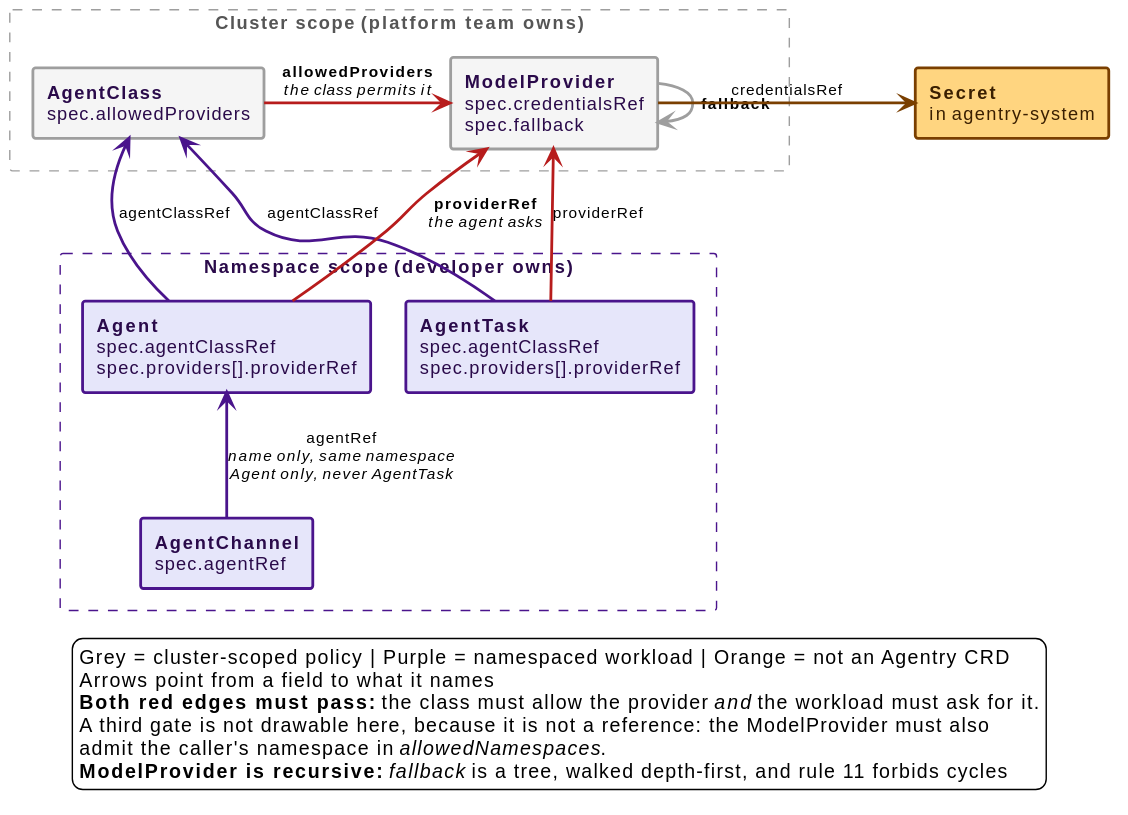
win07xp/kaalm keeps this PlantUML diagram as docs/src/diagrams/crd-reference-graph.svg. Above is the earlier version. The source it was exported from:
```plantuml
@startuml
!include _style.puml

skinparam nodesep 25
skinparam ranksep 50
skinparam rectangle {
  roundCorner 4
}

rectangle "**Cluster scope** (platform team owns)" as clusterband #line:9E9E9E;line.dashed;text:555555 {
  rectangle "**AgentClass**\nspec.allowedProviders" as ac #back:F5F5F5;line:9E9E9E;line.bold;text:2a0a4a
  rectangle "**ModelProvider**\nspec.credentialsRef\nspec.fallback" as mp #back:F5F5F5;line:9E9E9E;line.bold;text:2a0a4a
}

rectangle "**Secret**\nin agentry-system" as sec #back:FFD580;line:7a3f00;line.bold;text:3a1f00

rectangle "**Namespace scope** (developer owns)" as nsband #line:4A148C;line.dashed;text:2a0a4a {
  rectangle "**AgentChannel**\nspec.agentRef" as ch #back:E6E6FA;line:4A148C;line.bold;text:2a0a4a
  rectangle "**Agent**\nspec.agentClassRef\nspec.providers[].providerRef" as ag #back:E6E6FA;line:4A148C;line.bold;text:2a0a4a
  rectangle "**AgentTask**\nspec.agentClassRef\nspec.providers[].providerRef" as at #back:E6E6FA;line:4A148C;line.bold;text:2a0a4a
}

ac -[#B71C1C,bold]right-> mp : **allowedProviders**\n//the class permits it//
mp -[#9E9E9E,bold]-> mp : **fallback**
mp -[#7a3f00,bold]right---> sec : credentialsRef

ag <-[#4A148C,bold]- ch : agentRef\n//name only, same namespace//\n//Agent only, never AgentTask//

ac <-[#4A148C,bold]- ag : agentClassRef
ac <-[#4A148C,bold]- at : agentClassRef
mp <-[#B71C1C,bold]- ag : **providerRef**\n//the agent asks//
mp <-[#B71C1C,bold]- at : providerRef

legend bottom
  Grey = cluster-scoped policy | Purple = namespaced workload | Orange = not an Agentry CRD
  Arrows point from a field to what it names
  **Both red edges must pass:** the class must allow the provider //and// the workload must ask for it.
  A third gate is not drawable here, because it is not a reference: the ModelProvider must also
  admit the caller's namespace in //allowedNamespaces//.
  **ModelProvider is recursive:** //fallback// is a tree, walked depth-first, and rule 11 forbids cycles
endlegend
@enduml
```
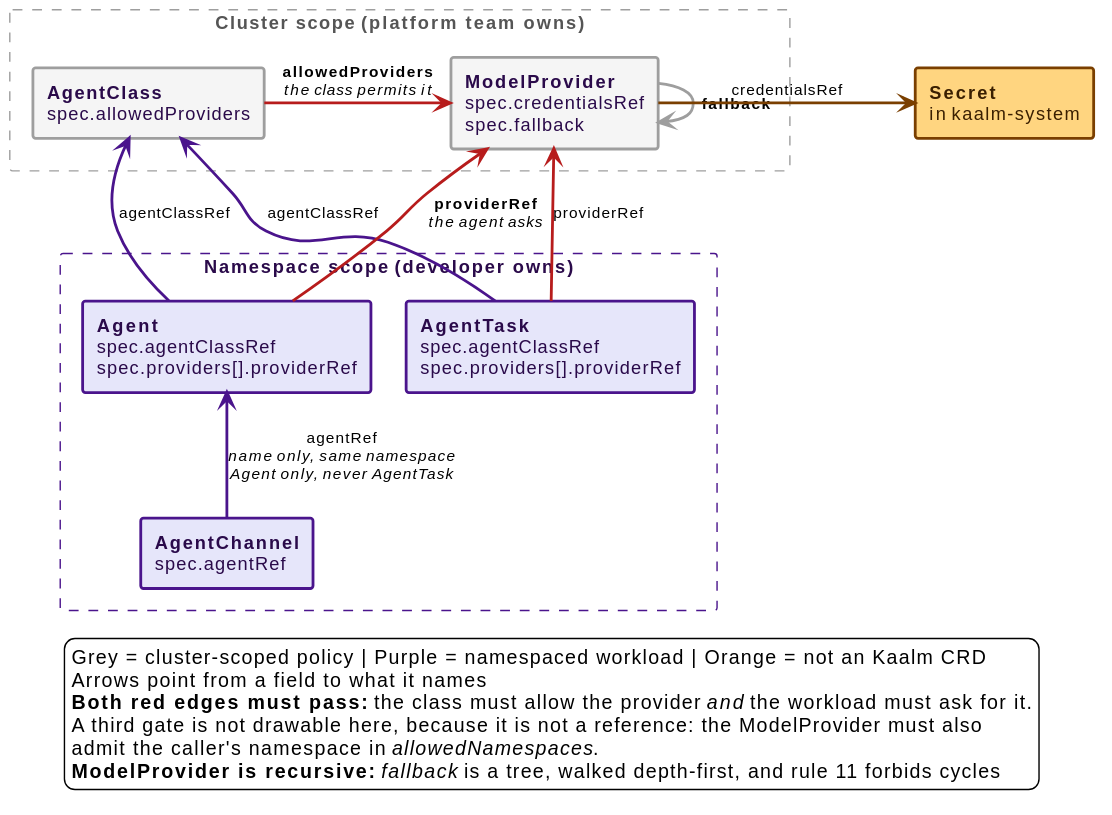
Above is the later version.

The edit, as a diff of the source:
```diff
@@ -12,7 +12,7 @@
   rectangle "**ModelProvider**\nspec.credentialsRef\nspec.fallback" as mp #back:F5F5F5;line:9E9E9E;line.bold;text:2a0a4a
 }
 
-rectangle "**Secret**\nin agentry-system" as sec #back:FFD580;line:7a3f00;line.bold;text:3a1f00
+rectangle "**Secret**\nin kaalm-system" as sec #back:FFD580;line:7a3f00;line.bold;text:3a1f00
 
 rectangle "**Namespace scope** (developer owns)" as nsband #line:4A148C;line.dashed;text:2a0a4a {
   rectangle "**AgentChannel**\nspec.agentRef" as ch #back:E6E6FA;line:4A148C;line.bold;text:2a0a4a
@@ -32,7 +32,7 @@
 mp <-[#B71C1C,bold]- at : providerRef
 
 legend bottom
-  Grey = cluster-scoped policy | Purple = namespaced workload | Orange = not an Agentry CRD
+  Grey = cluster-scoped policy | Purple = namespaced workload | Orange = not an Kaalm CRD
   Arrows point from a field to what it names
   **Both red edges must pass:** the class must allow the provider //and// the workload must ask for it.
   A third gate is not drawable here, because it is not a reference: the ModelProvider must also
```
